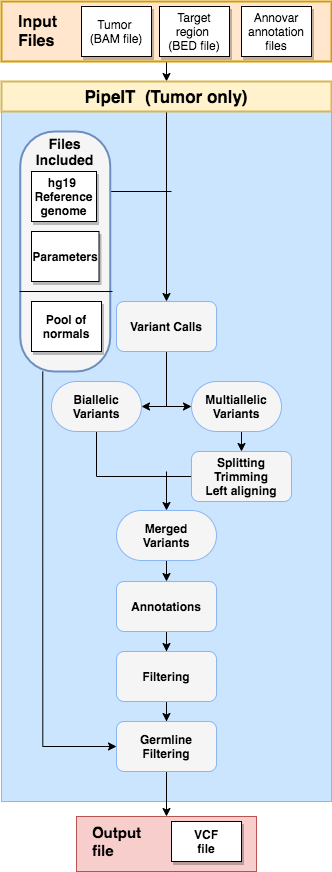
Above: images/TOdiagram.png in ckynlab/PipeIT (draw.io), before the change. Source tidied: cells renumbered, new cells last; positions are measured from the earlier drawing's top-left corner, leaving out a move shared by most shapes.
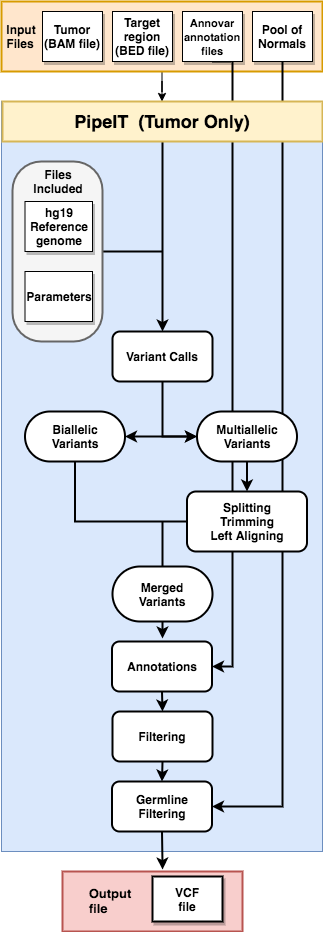
After the commit.

Change to the diagram source:
```diff
@@ -2,128 +2,127 @@
   <root>
     <mxCell id="0" />
     <mxCell id="1" parent="0" />
-    <mxCell id="2" style="edgeStyle=orthogonalEdgeStyle;rounded=0;jettySize=auto;html=1;exitX=0.5;exitY=1;exitDx=0;exitDy=0;entryX=0.5;entryY=0;entryDx=0;entryDy=0;" parent="1" edge="1" source="3" target="10">
-      <mxGeometry relative="1" as="geometry" />
-    </mxCell>
-    <mxCell id="3" style="rounded=0;whiteSpace=wrap;html=1;fillColor=#ffe6cc;strokeColor=#d79b00;strokeWidth=2;" parent="1" vertex="1">
-      <mxGeometry width="330" height="60" as="geometry" />
-    </mxCell>
+    <mxCell id="39" style="edgeStyle=orthogonalEdgeStyle;rounded=0;jettySize=auto;html=1;" parent="1" edge="1" source="40" target="41">
+      <mxGeometry relative="1" as="geometry" />
+    </mxCell>
+    <mxCell id="40" style="rounded=0;whiteSpace=wrap;html=1;fillColor=#ffe6cc;strokeColor=#d79b00;strokeWidth=2;" parent="1" vertex="1">
+      <mxGeometry x="59" y="-30" width="321" height="70" as="geometry" />
+    </mxCell>
+    <mxCell id="41" style="rounded=0;whiteSpace=wrap;html=1;fillColor=#dae8fc;strokeColor=#6c8ebf;" parent="1" vertex="1">
+      <mxGeometry x="59" y="70" width="321" height="750" as="geometry" />
+    </mxCell>
-    <mxCell id="4" value="Tumor &lt;br&gt;(BAM file)" style="rounded=0;whiteSpace=wrap;html=1;shadow=1;" parent="1" vertex="1">
-      <mxGeometry x="80" y="5" width="70" height="50" as="geometry" />
+    <mxCell id="4" value="&lt;b&gt;Tumor&lt;br&gt;(BAM file)&lt;/b&gt;" style="rounded=0;whiteSpace=wrap;html=1;shadow=1;" parent="1" vertex="1">
+      <mxGeometry x="100" y="-20" width="60" height="50" as="geometry" />
     </mxCell>
-    <mxCell id="5" value="Target region&amp;nbsp;&lt;br&gt;(BED file)" style="rounded=0;whiteSpace=wrap;html=1;shadow=1;" parent="1" vertex="1">
-      <mxGeometry x="158" y="5" width="70" height="50" as="geometry" />
+    <mxCell id="5" value="&lt;b&gt;Target&lt;br&gt;region&lt;br&gt;(BED file)&lt;/b&gt;" style="rounded=0;whiteSpace=wrap;html=1;shadow=1;" parent="1" vertex="1">
+      <mxGeometry x="170" y="-20" width="60" height="50" as="geometry" />
     </mxCell>
+    <mxCell id="42" style="edgeStyle=orthogonalEdgeStyle;rounded=0;jettySize=auto;html=1;exitX=0.5;exitY=1;exitDx=0;exitDy=0;entryX=1;entryY=0.5;entryDx=0;entryDy=0;startArrow=none;startFill=0;endArrow=classic;endFill=1;strokeWidth=2;" parent="1" edge="1" source="6" target="31">
+      <mxGeometry relative="1" as="geometry">
+        <Array as="points">
+          <mxPoint x="290" y="30" />
+          <mxPoint x="290" y="635" />
+        </Array>
+      </mxGeometry>
+    </mxCell>
-    <mxCell id="6" value="Annovar annotation files" style="rounded=0;whiteSpace=wrap;html=1;shadow=1;" parent="1" vertex="1">
-      <mxGeometry x="240" y="5" width="70" height="50" as="geometry" />
+    <mxCell id="6" value="&lt;b style=&quot;font-size: 11px&quot;&gt;Annovar&lt;br&gt;annotation&lt;br&gt;files&lt;/b&gt;" style="rounded=0;whiteSpace=wrap;html=1;shadow=1;" parent="1" vertex="1">
+      <mxGeometry x="240" y="-20" width="60" height="50" as="geometry" />
     </mxCell>
+    <mxCell id="43" style="edgeStyle=orthogonalEdgeStyle;rounded=0;jettySize=auto;html=1;exitX=0.5;exitY=1;exitDx=0;exitDy=0;entryX=1;entryY=0.5;entryDx=0;entryDy=0;startArrow=none;startFill=0;endArrow=classic;endFill=1;strokeWidth=2;" parent="1" edge="1" source="44" target="35">
+      <mxGeometry relative="1" as="geometry" />
+    </mxCell>
+    <mxCell id="44" value="&lt;b&gt;Pool of&lt;br&gt;Normals&lt;/b&gt;" style="rounded=0;whiteSpace=wrap;html=1;shadow=1;" parent="1" vertex="1">
+      <mxGeometry x="310" y="-20" width="60" height="50" as="geometry" />
+    </mxCell>
-    <mxCell id="7" value="&lt;b style=&quot;font-size: 16px&quot;&gt;&lt;font style=&quot;font-size: 16px&quot;&gt;Input&lt;br&gt;&lt;/font&gt;&lt;/b&gt;&lt;div style=&quot;text-align: left ; font-size: 16px&quot;&gt;&lt;b&gt;&lt;font style=&quot;font-size: 16px&quot;&gt;Files&lt;/font&gt;&lt;/b&gt;&lt;/div&gt;" style="text;html=1;align=center;verticalAlign=middle;" parent="1" vertex="1">
-      <mxGeometry x="11" y="15" width="50" height="30" as="geometry" />
+    <mxCell id="7" value="&lt;div style=&quot;text-align: left&quot;&gt;&lt;span&gt;&lt;b&gt;Input&lt;/b&gt;&lt;/span&gt;&lt;/div&gt;&lt;div style=&quot;text-align: left&quot;&gt;&lt;span&gt;&lt;b&gt;Files&lt;/b&gt;&lt;/span&gt;&lt;/div&gt;" style="text;html=1;strokeColor=none;fillColor=none;align=center;verticalAlign=middle;whiteSpace=wrap;rounded=0;shadow=1;" parent="1" vertex="1">
+      <mxGeometry x="59" y="-5" width="40" height="20" as="geometry" />
     </mxCell>
-    <mxCell id="8" style="rounded=0;whiteSpace=wrap;html=1;shadow=0;fillColor=#CCE5FF;strokeColor=#8AB6F5;gradientColor=none;strokeWidth=1;" parent="1" vertex="1">
-      <mxGeometry y="90" width="330" height="710" as="geometry" />
-    </mxCell>
-    <mxCell id="9" style="edgeStyle=orthogonalEdgeStyle;rounded=0;jettySize=auto;html=1;exitX=0.5;exitY=1;exitDx=0;exitDy=0;entryX=0.5;entryY=0;entryDx=0;entryDy=0;" parent="1" edge="1" source="10" target="20">
-      <mxGeometry relative="1" as="geometry" />
-    </mxCell>
-    <mxCell id="10" value="&lt;b&gt;&lt;font style=&quot;font-size: 17px&quot;&gt;PipeIT&amp;nbsp; (Tumor only)&lt;/font&gt;&lt;/b&gt;" style="rounded=0;whiteSpace=wrap;html=1;shadow=0;fillColor=#fff2cc;strokeColor=#d6b656;strokeWidth=2;" parent="1" vertex="1">
-      <mxGeometry y="80" width="330" height="30" as="geometry" />
-    </mxCell>
-    <mxCell id="11" style="edgeStyle=orthogonalEdgeStyle;rounded=0;jettySize=auto;html=1;exitX=1;exitY=0.25;exitDx=0;exitDy=0;endArrow=none;endFill=0;" parent="1" edge="1" source="13">
-      <mxGeometry relative="1" as="geometry">
-        <mxPoint x="170" y="190" as="targetPoint" />
-      </mxGeometry>
-    </mxCell>
-    <mxCell id="12" style="edgeStyle=orthogonalEdgeStyle;rounded=0;jettySize=auto;html=1;exitX=0.25;exitY=1;exitDx=0;exitDy=0;entryX=0;entryY=0.5;entryDx=0;entryDy=0;startArrow=none;startFill=0;endArrow=classic;endFill=1;" parent="1" edge="1" source="13" target="35">
-      <mxGeometry relative="1" as="geometry" />
-    </mxCell>
-    <mxCell id="13" style="rounded=1;whiteSpace=wrap;html=1;shadow=0;strokeWidth=2;arcSize=38;fillColor=#F5F5F5;strokeColor=#6c8ebf;" parent="1" vertex="1">
-      <mxGeometry x="18.8" y="130" width="90" height="240" as="geometry" />
-    </mxCell>
+    <mxCell id="45" style="edgeStyle=orthogonalEdgeStyle;rounded=0;jettySize=auto;html=1;endArrow=none;endFill=0;strokeWidth=2;" parent="1" edge="1" source="46">
+      <mxGeometry relative="1" as="geometry">
+        <mxPoint x="220" y="220" as="targetPoint" />
+      </mxGeometry>
+    </mxCell>
+    <mxCell id="46" style="rounded=1;whiteSpace=wrap;html=1;shadow=0;arcSize=32;fillColor=#f5f5f5;strokeColor=#666666;fontColor=#333333;strokeWidth=2;" parent="1" vertex="1">
+      <mxGeometry x="70" y="130" width="90" height="180" as="geometry" />
+    </mxCell>
-    <mxCell id="14" value="&lt;b&gt;hg19 &lt;br&gt;Reference genome&lt;/b&gt;" style="rounded=0;whiteSpace=wrap;html=1;shadow=1;" parent="1" vertex="1">
-      <mxGeometry x="30" y="170" width="65" height="50" as="geometry" />
+    <mxCell id="14" value="&lt;b&gt;hg19&lt;br&gt;Reference&lt;br&gt;genome&lt;/b&gt;" style="rounded=0;whiteSpace=wrap;html=1;shadow=1;" parent="1" vertex="1">
+      <mxGeometry x="82.5" y="170" width="67.5" height="50" as="geometry" />
     </mxCell>
     <mxCell id="15" value="&lt;b&gt;Parameters&lt;/b&gt;" style="rounded=0;whiteSpace=wrap;html=1;shadow=1;" parent="1" vertex="1">
-      <mxGeometry x="30" y="230" width="67.5" height="50" as="geometry" />
+      <mxGeometry x="82.5" y="240" width="67.5" height="50" as="geometry" />
     </mxCell>
-    <mxCell id="16" value="&lt;b&gt;Pool of normals&lt;/b&gt;" style="rounded=0;whiteSpace=wrap;html=1;shadow=1;" parent="1" vertex="1">
-      <mxGeometry x="30" y="300" width="70" height="50" as="geometry" />
-    </mxCell>
+    <mxCell id="47" style="edgeStyle=orthogonalEdgeStyle;rounded=0;jettySize=auto;html=1;entryX=0.5;entryY=0;entryDx=0;entryDy=0;strokeWidth=2;" parent="1" edge="1" source="48" target="20">
+      <mxGeometry relative="1" as="geometry" />
+    </mxCell>
+    <mxCell id="48" value="&lt;b&gt;&lt;font style=&quot;font-size: 18px&quot;&gt;PipeIT&amp;nbsp; (Tumor Only)&lt;/font&gt;&lt;/b&gt;" style="rounded=0;whiteSpace=wrap;html=1;shadow=0;fillColor=#fff2cc;strokeColor=#d6b656;strokeWidth=2;" parent="1" vertex="1">
+      <mxGeometry x="60" y="70" width="320" height="40" as="geometry" />
+    </mxCell>
+    <mxCell id="49" style="edgeStyle=orthogonalEdgeStyle;rounded=0;jettySize=auto;html=1;entryX=0;entryY=0.5;entryDx=0;entryDy=0;startArrow=none;startFill=0;endArrow=classic;endFill=1;strokeWidth=2;" parent="1" edge="1" source="20" target="25">
+      <mxGeometry relative="1" as="geometry" />
+    </mxCell>
+    <mxCell id="20" value="&lt;b&gt;Variant Calls&lt;/b&gt;" style="rounded=1;whiteSpace=wrap;html=1;shadow=0;strokeWidth=2;" parent="1" vertex="1">
+      <mxGeometry x="170" y="300" width="100" height="50" as="geometry" />
+    </mxCell>
+    <mxCell id="50" style="edgeStyle=orthogonalEdgeStyle;rounded=0;jettySize=auto;html=1;entryX=0;entryY=0.5;entryDx=0;entryDy=0;endArrow=classic;endFill=1;strokeWidth=2;startArrow=classic;startFill=1;" parent="1" edge="1" source="22" target="25">
+      <mxGeometry relative="1" as="geometry" />
+    </mxCell>
+    <mxCell id="22" value="&lt;b&gt;Biallelic&lt;br&gt;Variants&lt;br&gt;&lt;/b&gt;" style="rounded=1;whiteSpace=wrap;html=1;shadow=0;strokeWidth=2;arcSize=50;" parent="1" vertex="1">
+      <mxGeometry x="82.5" y="380" width="100" height="50" as="geometry" />
+    </mxCell>
+    <mxCell id="51" style="edgeStyle=orthogonalEdgeStyle;rounded=0;jettySize=auto;html=1;endArrow=classic;endFill=1;strokeWidth=2;entryX=0.5;entryY=0;entryDx=0;entryDy=0;" parent="1" edge="1" source="25" target="53">
+      <mxGeometry relative="1" as="geometry" />
+    </mxCell>
+    <mxCell id="25" value="&lt;b&gt;Multiallelic&lt;br&gt;Variants&lt;br&gt;&lt;/b&gt;" style="rounded=1;whiteSpace=wrap;html=1;shadow=0;strokeWidth=2;arcSize=50;" parent="1" vertex="1">
+      <mxGeometry x="254.5" y="380" width="100" height="50" as="geometry" />
+    </mxCell>
+    <mxCell id="52" style="edgeStyle=orthogonalEdgeStyle;rounded=0;jettySize=auto;html=1;entryX=0.5;entryY=1;entryDx=0;entryDy=0;startArrow=none;startFill=0;endArrow=none;endFill=0;strokeWidth=2;" parent="1" edge="1" source="53" target="22">
+      <mxGeometry relative="1" as="geometry" />
+    </mxCell>
+    <mxCell id="53" value="&lt;b&gt;Splitting&lt;br&gt;Trimming&lt;br&gt;Left Aligning&lt;/b&gt;" style="rounded=1;whiteSpace=wrap;html=1;shadow=0;strokeWidth=2;" parent="1" vertex="1">
+      <mxGeometry x="244.5" y="460" width="120" height="60" as="geometry" />
+    </mxCell>
-    <mxCell id="17" value="&lt;b style=&quot;font-size: 14px&quot;&gt;Files&lt;br&gt;Included&lt;/b&gt;" style="text;html=1;align=center;verticalAlign=middle;" parent="1" vertex="1">
-      <mxGeometry x="27.5" y="130" width="70" height="40" as="geometry" />
+    <mxCell id="17" value="&lt;b&gt;Files&lt;br&gt;Included&lt;/b&gt;" style="text;html=1;strokeColor=none;fillColor=none;align=center;verticalAlign=middle;whiteSpace=wrap;rounded=0;shadow=0;" parent="1" vertex="1">
+      <mxGeometry x="96.2" y="140" width="40" height="20" as="geometry" />
     </mxCell>
-    <mxCell id="18" style="endArrow=none;html=1;" parent="1" edge="1">
-      <mxGeometry relative="1" as="geometry">
-        <mxPoint x="18" y="290" as="sourcePoint" />
-        <mxPoint x="111" y="290" as="targetPoint" />
-        <Array as="points">
-          <mxPoint x="40.5" y="290" />
-        </Array>
-      </mxGeometry>
-    </mxCell>
-    <mxCell id="19" style="edgeStyle=orthogonalEdgeStyle;rounded=0;jettySize=auto;html=1;exitX=0.5;exitY=1;exitDx=0;exitDy=0;entryX=1;entryY=0.5;entryDx=0;entryDy=0;endArrow=classic;endFill=1;" parent="1" edge="1" source="20" target="22">
-      <mxGeometry relative="1" as="geometry" />
-    </mxCell>
-    <mxCell id="20" value="&lt;b&gt;Variant Calls&lt;/b&gt;" style="rounded=1;whiteSpace=wrap;html=1;shadow=0;strokeColor=#8AB6F5;strokeWidth=1;fillColor=#F5F5F5;gradientColor=none;" parent="1" vertex="1">
-      <mxGeometry x="115" y="300" width="100" height="50" as="geometry" />
-    </mxCell>
-    <mxCell id="21" style="edgeStyle=orthogonalEdgeStyle;rounded=0;jettySize=auto;html=1;exitX=0.5;exitY=1;exitDx=0;exitDy=0;entryX=0;entryY=0.5;entryDx=0;entryDy=0;startArrow=none;startFill=0;endArrow=none;endFill=0;" parent="1" edge="1" source="22" target="26">
-      <mxGeometry relative="1" as="geometry" />
-    </mxCell>
-    <mxCell id="22" value="&lt;b&gt;Biallelic&lt;br&gt;Variants&lt;/b&gt;" style="rounded=1;whiteSpace=wrap;html=1;shadow=0;strokeColor=#8AB6F5;strokeWidth=1;fillColor=#F5F5F5;gradientColor=none;arcSize=50;" parent="1" vertex="1">
-      <mxGeometry x="50" y="380" width="90" height="50" as="geometry" />
-    </mxCell>
-    <mxCell id="23" style="edgeStyle=orthogonalEdgeStyle;rounded=0;jettySize=auto;html=1;exitX=0;exitY=0.5;exitDx=0;exitDy=0;endArrow=none;endFill=0;startArrow=classic;startFill=1;" parent="1" edge="1" source="25">
-      <mxGeometry relative="1" as="geometry">
-        <mxPoint x="160" y="405" as="targetPoint" />
-      </mxGeometry>
-    </mxCell>
-    <mxCell id="24" style="edgeStyle=orthogonalEdgeStyle;rounded=0;jettySize=auto;html=1;exitX=0.5;exitY=1;exitDx=0;exitDy=0;entryX=0.5;entryY=0;entryDx=0;entryDy=0;startArrow=none;startFill=0;endArrow=classic;endFill=1;" parent="1" edge="1" source="25" target="26">
-      <mxGeometry relative="1" as="geometry" />
-    </mxCell>
-    <mxCell id="25" value="&lt;b&gt;Multiallelic&lt;br&gt;Variants&lt;/b&gt;" style="rounded=1;whiteSpace=wrap;html=1;shadow=0;strokeColor=#8AB6F5;strokeWidth=1;fillColor=#F5F5F5;gradientColor=none;arcSize=50;" parent="1" vertex="1">
-      <mxGeometry x="190" y="380" width="90" height="50" as="geometry" />
-    </mxCell>
-    <mxCell id="26" value="&lt;b&gt;Splitting&lt;br&gt;Trimming&lt;br&gt;Left aligning&lt;br&gt;&lt;/b&gt;" style="rounded=1;whiteSpace=wrap;html=1;shadow=0;strokeColor=#8AB6F5;strokeWidth=1;fillColor=#F5F5F5;gradientColor=none;" parent="1" vertex="1">
-      <mxGeometry x="190" y="450" width="100" height="50" as="geometry" />
-    </mxCell>
-    <mxCell id="27" style="edgeStyle=orthogonalEdgeStyle;rounded=0;jettySize=auto;html=1;exitX=0.5;exitY=0;exitDx=0;exitDy=0;startArrow=classic;startFill=1;endArrow=none;endFill=0;" parent="1" edge="1" source="29">
-      <mxGeometry relative="1" as="geometry">
-        <mxPoint x="165" y="470" as="targetPoint" />
-      </mxGeometry>
-    </mxCell>
-    <mxCell id="28" style="edgeStyle=orthogonalEdgeStyle;rounded=0;jettySize=auto;html=1;exitX=0.5;exitY=1;exitDx=0;exitDy=0;entryX=0.5;entryY=0;entryDx=0;entryDy=0;startArrow=none;startFill=0;endArrow=classic;endFill=1;" parent="1" edge="1" source="29" target="31">
-      <mxGeometry relative="1" as="geometry" />
-    </mxCell>
+    <mxCell id="54" style="edgeStyle=orthogonalEdgeStyle;rounded=0;jettySize=auto;html=1;startArrow=none;startFill=0;endArrow=none;endFill=0;strokeWidth=2;" parent="1" edge="1" source="29">
+      <mxGeometry relative="1" as="geometry">
+        <mxPoint x="220" y="490" as="targetPoint" />
+      </mxGeometry>
+    </mxCell>
+    <mxCell id="55" style="edgeStyle=orthogonalEdgeStyle;rounded=0;jettySize=auto;html=1;exitX=0.5;exitY=1;exitDx=0;exitDy=0;startArrow=none;startFill=0;endArrow=classic;endFill=1;strokeWidth=2;" parent="1" edge="1" source="29">
+      <mxGeometry relative="1" as="geometry">
+        <mxPoint x="220" y="607" as="targetPoint" />
+      </mxGeometry>
+    </mxCell>
-    <mxCell id="29" value="&lt;b&gt;Merged&lt;br&gt;Variants&lt;/b&gt;" style="rounded=1;whiteSpace=wrap;html=1;shadow=0;strokeColor=#8AB6F5;strokeWidth=1;fillColor=#F5F5F5;gradientColor=none;arcSize=50;" parent="1" vertex="1">
-      <mxGeometry x="115" y="509" width="100" height="50" as="geometry" />
+    <mxCell id="29" value="&lt;b&gt;Merged&lt;br&gt;Variants&lt;br&gt;&lt;/b&gt;" style="rounded=1;whiteSpace=wrap;html=1;shadow=0;strokeWidth=2;arcSize=50;" parent="1" vertex="1">
+      <mxGeometry x="170" y="535" width="100" height="55" as="geometry" />
     </mxCell>
+    <mxCell id="56" style="edgeStyle=orthogonalEdgeStyle;rounded=0;jettySize=auto;html=1;exitX=0.5;exitY=1;exitDx=0;exitDy=0;entryX=0.556;entryY=-0.033;entryDx=0;entryDy=0;entryPerimeter=0;startArrow=none;startFill=0;endArrow=classic;endFill=1;strokeWidth=2;" parent="1" edge="1" source="35" target="57">
+      <mxGeometry relative="1" as="geometry" />
+    </mxCell>
+    <mxCell id="35" value="&lt;b&gt;Germline&lt;br&gt;Filtering&lt;br&gt;&lt;/b&gt;" style="rounded=1;whiteSpace=wrap;html=1;shadow=0;strokeWidth=2;" parent="1" vertex="1">
+      <mxGeometry x="169.5" y="750" width="100" height="50" as="geometry" />
+    </mxCell>
+    <mxCell id="32" style="edgeStyle=orthogonalEdgeStyle;rounded=0;jettySize=auto;html=1;exitX=0.5;exitY=1;exitDx=0;exitDy=0;entryX=0.5;entryY=0;entryDx=0;entryDy=0;startArrow=none;startFill=0;endArrow=classic;endFill=1;strokeWidth=2;" parent="1" edge="1" source="33" target="35">
+      <mxGeometry relative="1" as="geometry" />
+    </mxCell>
+    <mxCell id="33" value="&lt;b&gt;Filtering&lt;/b&gt;" style="rounded=1;whiteSpace=wrap;html=1;shadow=0;strokeWidth=2;" parent="1" vertex="1">
+      <mxGeometry x="170" y="680" width="100" height="50" as="geometry" />
+    </mxCell>
-    <mxCell id="30" style="edgeStyle=orthogonalEdgeStyle;rounded=0;jettySize=auto;html=1;exitX=0.5;exitY=1;exitDx=0;exitDy=0;startArrow=none;startFill=0;endArrow=classic;endFill=1;" parent="1" edge="1" source="31" target="33">
+    <mxCell id="30" style="edgeStyle=orthogonalEdgeStyle;rounded=0;jettySize=auto;html=1;exitX=0.5;exitY=1;exitDx=0;exitDy=0;entryX=0.5;entryY=0;entryDx=0;entryDy=0;startArrow=none;startFill=0;endArrow=classic;endFill=1;strokeWidth=2;" parent="1" edge="1" source="31" target="33">
       <mxGeometry relative="1" as="geometry" />
     </mxCell>
-    <mxCell id="31" value="&lt;b&gt;Annotations&lt;/b&gt;" style="rounded=1;whiteSpace=wrap;html=1;shadow=0;strokeColor=#8AB6F5;strokeWidth=1;fillColor=#F5F5F5;gradientColor=none;" parent="1" vertex="1">
-      <mxGeometry x="115" y="580" width="100" height="50" as="geometry" />
+    <mxCell id="31" value="&lt;b&gt;Annotations&lt;/b&gt;" style="rounded=1;whiteSpace=wrap;html=1;shadow=0;strokeWidth=2;" parent="1" vertex="1">
+      <mxGeometry x="169.5" y="610" width="100" height="50" as="geometry" />
     </mxCell>
-    <mxCell id="32" style="edgeStyle=orthogonalEdgeStyle;rounded=0;jettySize=auto;html=1;exitX=0.5;exitY=1;exitDx=0;exitDy=0;startArrow=none;startFill=0;endArrow=classic;endFill=1;" parent="1" edge="1" source="33" target="35">
-      <mxGeometry relative="1" as="geometry" />
-    </mxCell>
-    <mxCell id="33" value="&lt;b&gt;Filtering&lt;/b&gt;" style="rounded=1;whiteSpace=wrap;html=1;shadow=0;strokeColor=#8AB6F5;strokeWidth=1;fillColor=#F5F5F5;gradientColor=none;" parent="1" vertex="1">
-      <mxGeometry x="115" y="650" width="100" height="50" as="geometry" />
-    </mxCell>
-    <mxCell id="34" style="edgeStyle=orthogonalEdgeStyle;rounded=0;jettySize=auto;html=1;exitX=0.5;exitY=1;exitDx=0;exitDy=0;entryX=0.5;entryY=0;entryDx=0;entryDy=0;startArrow=none;startFill=0;endArrow=classic;endFill=1;" parent="1" edge="1" source="35" target="36">
-      <mxGeometry relative="1" as="geometry" />
-    </mxCell>
-    <mxCell id="35" value="&lt;b&gt;Germline&lt;br&gt;Filtering&lt;/b&gt;" style="rounded=1;whiteSpace=wrap;html=1;shadow=0;strokeColor=#8AB6F5;strokeWidth=1;fillColor=#F5F5F5;gradientColor=none;" parent="1" vertex="1">
-      <mxGeometry x="115" y="720" width="100" height="50" as="geometry" />
-    </mxCell>
-    <mxCell id="36" style="rounded=0;whiteSpace=wrap;html=1;shadow=0;strokeColor=#b85450;strokeWidth=1;fillColor=#f8cecc;" parent="1" vertex="1">
-      <mxGeometry x="75" y="815" width="180" height="55" as="geometry" />
-    </mxCell>
+    <mxCell id="57" style="rounded=0;whiteSpace=wrap;html=1;shadow=0;strokeWidth=2;fillColor=#f8cecc;strokeColor=#b85450;" parent="1" vertex="1">
+      <mxGeometry x="120" y="840" width="180" height="60" as="geometry" />
+    </mxCell>
-    <mxCell id="37" value="&lt;b&gt;VCF&lt;br&gt;file&lt;/b&gt;" style="rounded=0;whiteSpace=wrap;html=1;shadow=1;" parent="1" vertex="1">
-      <mxGeometry x="170" y="820" width="70" height="40" as="geometry" />
+    <mxCell id="37" value="&lt;b&gt;VCF&lt;br&gt;file&lt;/b&gt;" style="rounded=0;whiteSpace=wrap;html=1;shadow=1;strokeWidth=2;" parent="1" vertex="1">
+      <mxGeometry x="210" y="845" width="70" height="45" as="geometry" />
     </mxCell>
-    <mxCell id="38" value="&lt;b style=&quot;font-size: 15px&quot;&gt;&lt;font style=&quot;font-size: 15px&quot;&gt;Output&lt;br&gt;&lt;/font&gt;&lt;/b&gt;&lt;div style=&quot;text-align: left ; font-size: 15px&quot;&gt;&lt;span&gt;&lt;b&gt;&lt;font style=&quot;font-size: 15px&quot;&gt;file&lt;/font&gt;&lt;/b&gt;&lt;/span&gt;&lt;/div&gt;" style="text;html=1;align=center;verticalAlign=middle;" parent="1" vertex="1">
-      <mxGeometry x="85" y="825" width="60" height="30" as="geometry" />
+    <mxCell id="38" value="&lt;div style=&quot;text-align: left ; font-size: 13px&quot;&gt;&lt;span&gt;&lt;b&gt;&lt;font style=&quot;font-size: 13px&quot;&gt;Output&lt;/font&gt;&lt;/b&gt;&lt;/span&gt;&lt;/div&gt;&lt;div style=&quot;text-align: left ; font-size: 13px&quot;&gt;&lt;span&gt;&lt;b&gt;&lt;font style=&quot;font-size: 13px&quot;&gt;file&lt;/font&gt;&lt;/b&gt;&lt;/span&gt;&lt;/div&gt;" style="text;html=1;strokeColor=none;fillColor=none;align=center;verticalAlign=middle;whiteSpace=wrap;rounded=0;shadow=1;" parent="1" vertex="1">
+      <mxGeometry x="146.2" y="857.5" width="43.8" height="22.5" as="geometry" />
     </mxCell>
   </root>
 </mxGraphModel>
```
